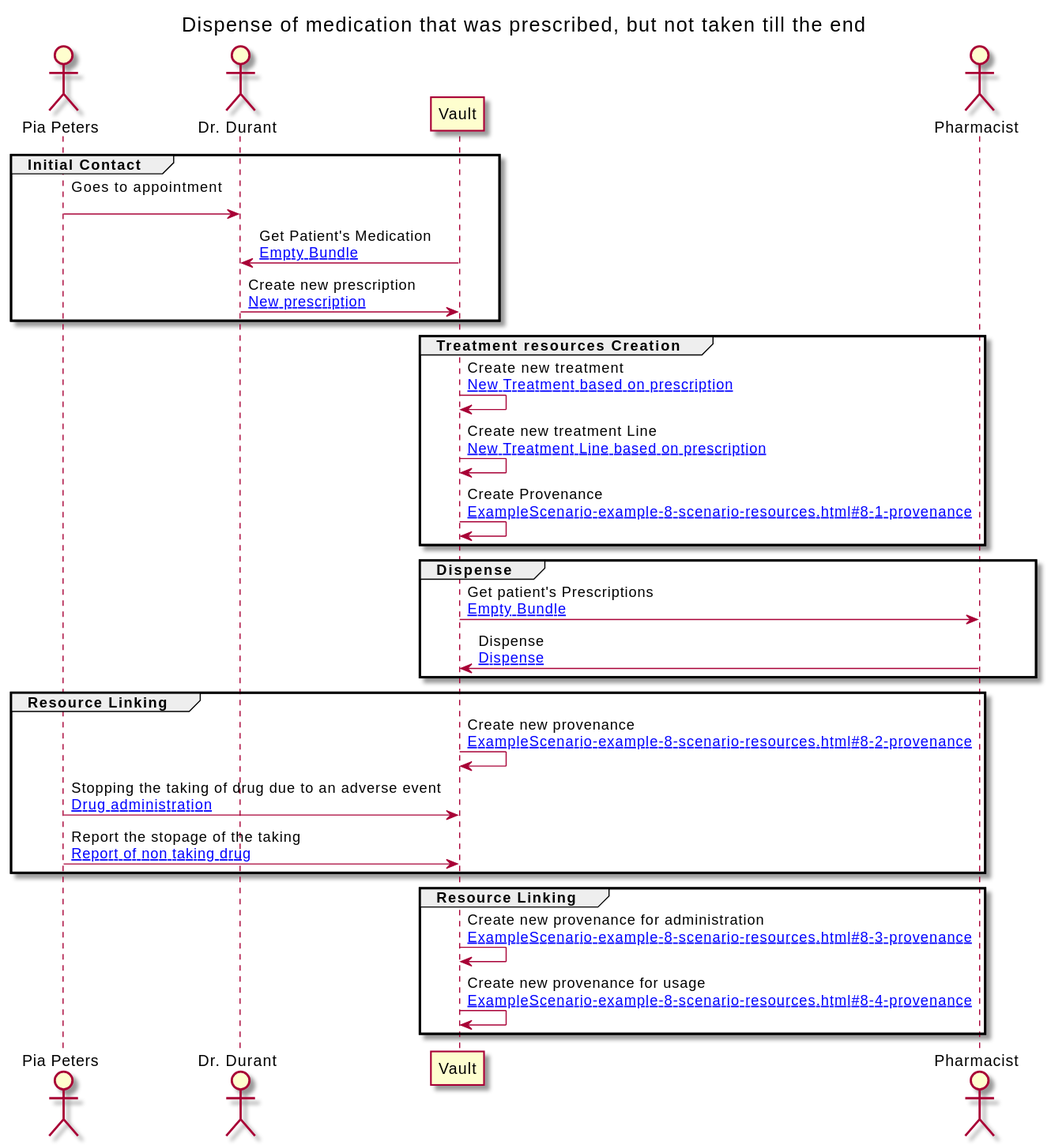
The PlantUML diagram branches/master/ExampleScenario-example-8-scenario.svg in jcostateixeira/riziv-medication-record, before a commit.
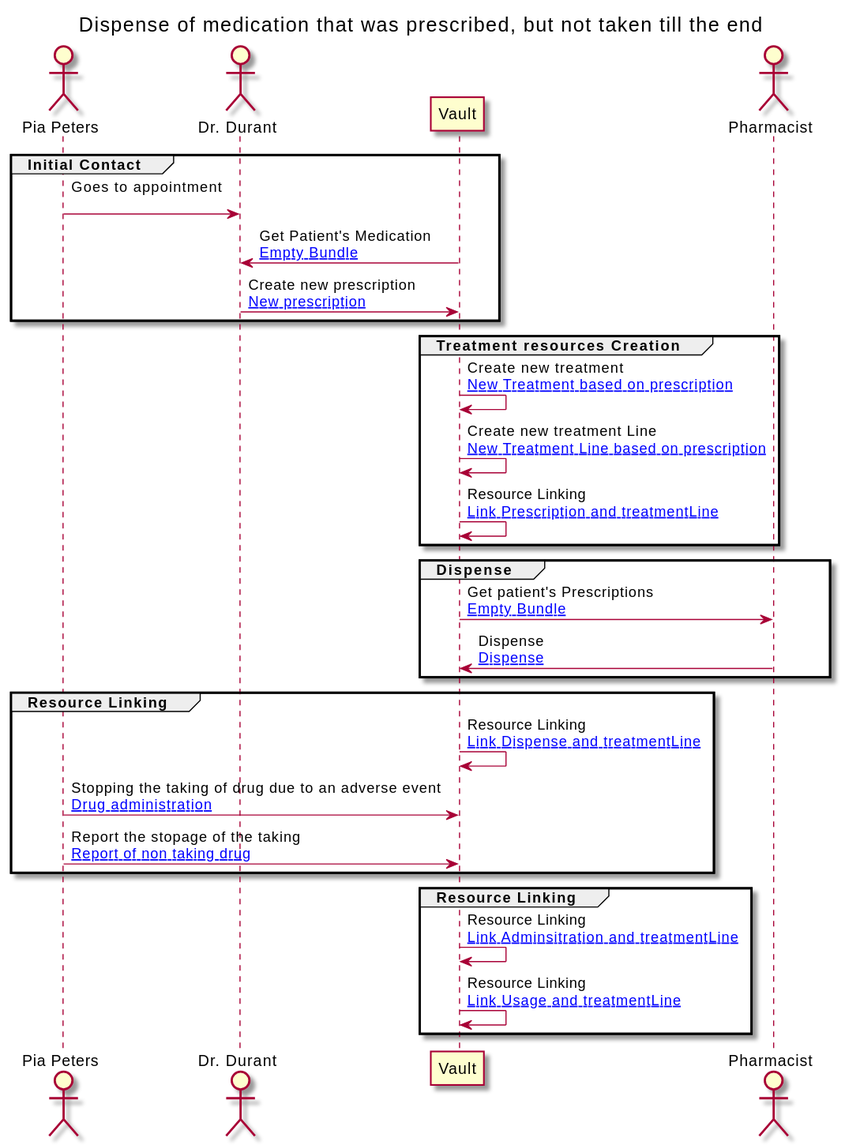
The same diagram one commit later.

Diff of the diagram source:
```diff
@@ -24,7 +24,7 @@
 
 VAULT -> VAULT : Create new treatment\n[[ExampleScenario-example-8-scenario-resources.html#8-treatment New Treatment based on prescription]]
 VAULT -> VAULT : Create new treatment Line\n[[ExampleScenario-example-8-scenario-resources.html#8-treatmentLine New Treatment Line based on prescription]]
-VAULT -> VAULT : Create Provenance\n[[ExampleScenario-example-8-scenario-resources.html#8-1-provenance ]]
+VAULT -> VAULT : Resource Linking\n[[ExampleScenario-example-8-scenario-resources.html#8-1-provenance Link Prescription and treatmentLine]]
 end
 
 group Dispense
@@ -35,15 +35,15 @@
 
 group Resource Linking
 
-VAULT -> VAULT : Create new provenance\n[[ExampleScenario-example-8-scenario-resources.html#8-2-provenance ]]
+VAULT -> VAULT : Resource Linking\n[[ExampleScenario-example-8-scenario-resources.html#8-2-provenance Link Dispense and treatmentLine]]
 PATIENT -> VAULT : Stopping the taking of drug due to an adverse event\n[[ExampleScenario-example-8-scenario-resources.html#8-administration Drug administration]]
 PATIENT -> VAULT : Report the stopage of the taking\n[[ExampleScenario-example-8-scenario-resources.html#8-usage Report of non taking drug]]
 end
 
 group Resource Linking
 
-VAULT -> VAULT : Create new provenance for administration\n[[ExampleScenario-example-8-scenario-resources.html#8-3-provenance ]]
-VAULT -> VAULT : Create new provenance for usage\n[[ExampleScenario-example-8-scenario-resources.html#8-4-provenance ]]
+VAULT -> VAULT : Resource Linking\n[[ExampleScenario-example-8-scenario-resources.html#8-3-provenance Link Adminsitration and treatmentLine]]
+VAULT -> VAULT : Resource Linking\n[[ExampleScenario-example-8-scenario-resources.html#8-4-provenance Link Usage and treatmentLine]]
 end
 
 
```
